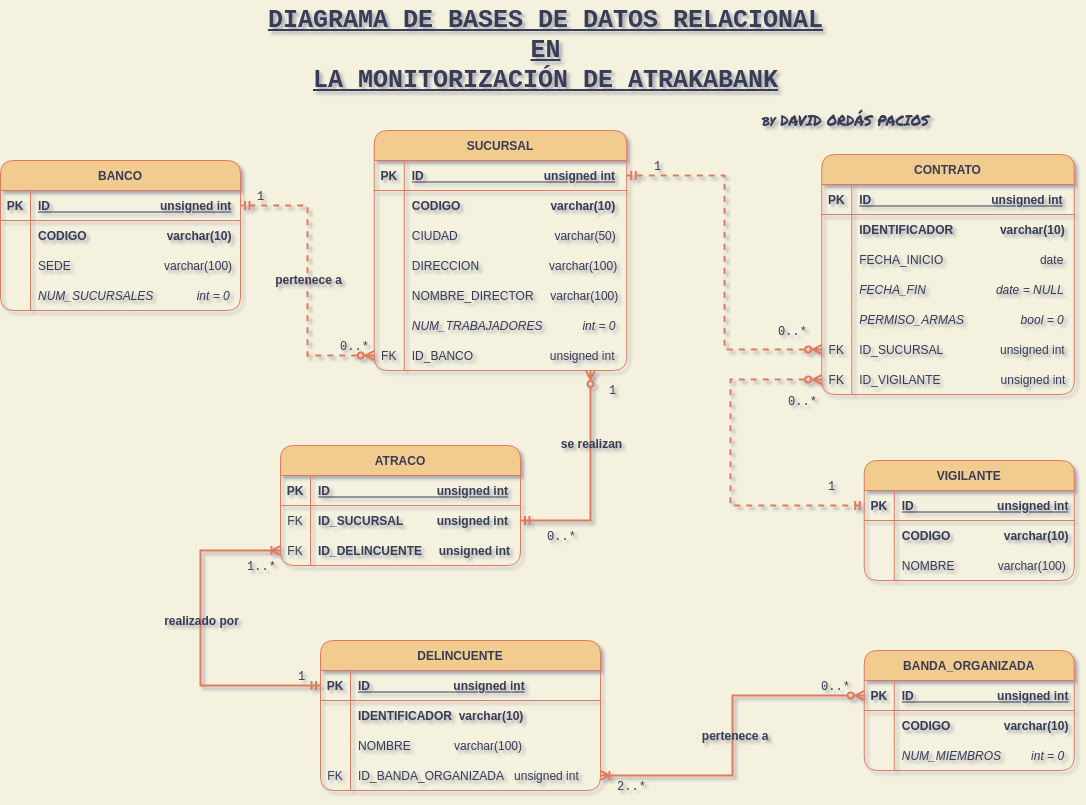
Earlier version of the draw.io export diagrams/atrakabank-Diagrama_BBDD.drawio.png (davorpa/atrakabank-jpa-hibernate-console). Source tidied: cells renumbered, new cells last; positions are measured from the earlier drawing's top-left corner, leaving out a move shared by most shapes.
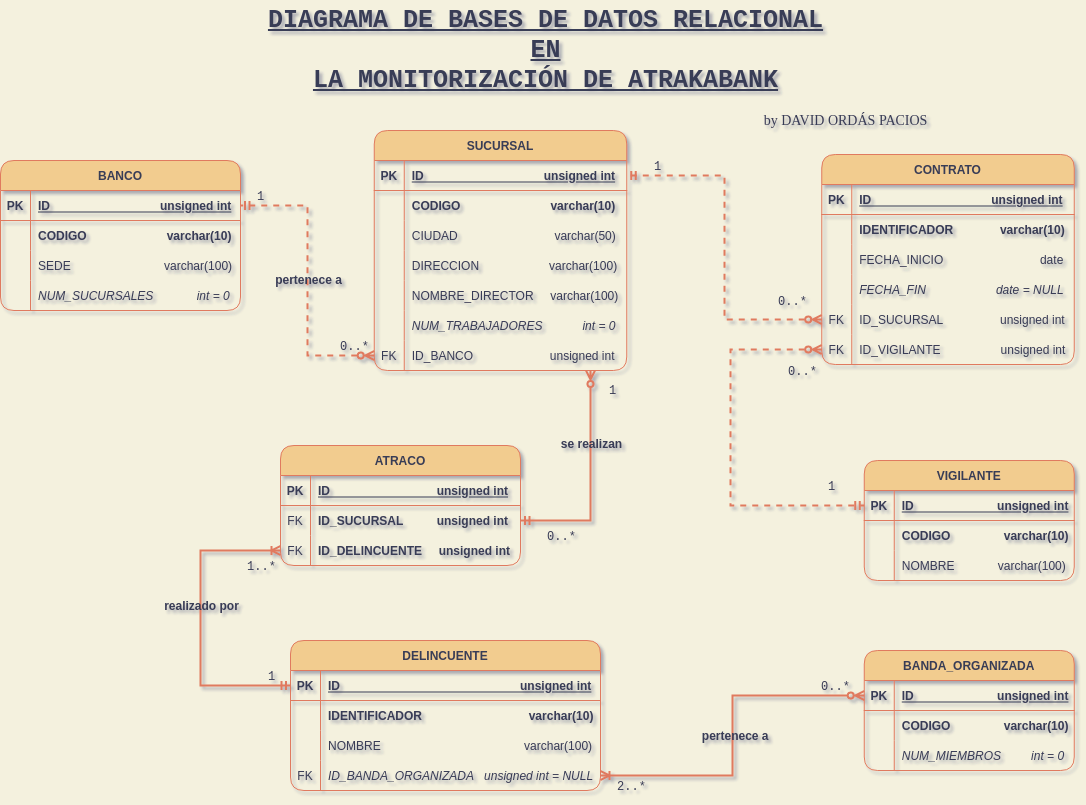
After the change.

Change to the diagram source:
```diff
@@ -181,7 +181,7 @@
       <mxGeometry x="30" width="222.5" height="30" as="geometry" />
     </mxCell>
     <mxCell id="54" value="CONTRATO" style="shape=table;startSize=30;rowLines=0;fontStyle=1;align=center;labelBackgroundColor=none;fontSize=12;fillColor=#F2CC8F;strokeColor=#E07A5F;fontColor=#393C56;rounded=1;" parent="1" vertex="1">
-      <mxGeometry x="821.2" y="154" width="252.5" height="240" as="geometry" />
+      <mxGeometry x="821.2" y="154" width="252.5" height="210" as="geometry" />
     </mxCell>
     <mxCell id="55" style="shape=tableRow;horizontal=0;startSize=0;swimlaneHead=0;swimlaneBody=0;fillColor=none;top=0;left=0;right=0;bottom=1;labelBackgroundColor=none;fontSize=12;strokeColor=#E07A5F;fontColor=#393C56;rounded=1;" parent="54" vertex="1">
       <mxGeometry y="30" width="252.5" height="30" as="geometry" />
@@ -219,17 +219,8 @@
     <mxCell id="66" value="FECHA_FIN                     date = NULL" style="shape=partialRectangle;fillColor=none;top=0;left=0;bottom=0;right=0;align=left;spacingLeft=6;overflow=hidden;labelBackgroundColor=none;fontSize=12;strokeColor=#E07A5F;fontColor=#393C56;rounded=1;fontStyle=2;" parent="64" vertex="1">
       <mxGeometry x="30" width="222.5" height="30" as="geometry" />
     </mxCell>
-    <mxCell id="67" style="shape=tableRow;horizontal=0;startSize=0;swimlaneHead=0;swimlaneBody=0;fillColor=none;top=0;left=0;right=0;bottom=0;labelBackgroundColor=none;fontSize=12;strokeColor=#E07A5F;fontColor=#393C56;rounded=1;" parent="54" vertex="1">
-      <mxGeometry y="150" width="252.5" height="30" as="geometry" />
-    </mxCell>
-    <mxCell id="68" style="shape=partialRectangle;fillColor=none;top=0;left=0;bottom=0;right=0;overflow=hidden;labelBackgroundColor=none;fontSize=12;strokeColor=#E07A5F;fontColor=#393C56;rounded=1;" parent="67" vertex="1">
-      <mxGeometry width="30" height="30" as="geometry" />
-    </mxCell>
-    <mxCell id="69" value="PERMISO_ARMAS                 bool = 0" style="shape=partialRectangle;fillColor=none;top=0;left=0;bottom=0;right=0;align=left;spacingLeft=6;overflow=hidden;labelBackgroundColor=none;fontSize=12;strokeColor=#E07A5F;fontColor=#393C56;rounded=1;fontStyle=2;" parent="67" vertex="1">
-      <mxGeometry x="30" width="222.5" height="30" as="geometry" />
-    </mxCell>
     <mxCell id="70" style="shape=tableRow;horizontal=0;startSize=0;swimlaneHead=0;swimlaneBody=0;fillColor=none;points=[[0,0.5],[1,0.5]];portConstraint=eastwest;top=0;left=0;right=0;bottom=0;rounded=0;sketch=0;fontColor=#393C56;strokeColor=#E07A5F;" parent="54" vertex="1">
-      <mxGeometry y="180" width="252.5" height="30" as="geometry" />
+      <mxGeometry y="150" width="252.5" height="30" as="geometry" />
     </mxCell>
     <mxCell id="71" value="FK" style="shape=partialRectangle;fillColor=none;top=0;left=0;bottom=0;right=0;fontStyle=0;overflow=hidden;rounded=0;sketch=0;fontColor=#393C56;strokeColor=#E07A5F;" parent="70" vertex="1">
       <mxGeometry width="30" height="30" as="geometry" />
@@ -238,7 +229,7 @@
       <mxGeometry x="30" width="222.5" height="30" as="geometry" />
     </mxCell>
     <mxCell id="73" style="shape=tableRow;horizontal=0;startSize=0;swimlaneHead=0;swimlaneBody=0;fillColor=none;points=[[0,0.5],[1,0.5]];portConstraint=eastwest;top=0;left=0;right=0;bottom=0;rounded=0;sketch=0;fontColor=#393C56;strokeColor=#E07A5F;" parent="54" vertex="1">
-      <mxGeometry y="210" width="252.5" height="30" as="geometry" />
+      <mxGeometry y="180" width="252.5" height="30" as="geometry" />
     </mxCell>
     <mxCell id="74" value="FK" style="shape=partialRectangle;fillColor=none;top=0;left=0;bottom=0;right=0;fontStyle=0;overflow=hidden;rounded=0;sketch=0;fontColor=#393C56;strokeColor=#E07A5F;" parent="73" vertex="1">
       <mxGeometry width="30" height="30" as="geometry" />
@@ -294,43 +285,43 @@
       </mxGeometry>
     </mxCell>
     <mxCell id="89" value="DELINCUENTE" style="shape=table;startSize=30;rowLines=0;fontStyle=1;align=center;labelBackgroundColor=none;fontSize=12;fillColor=#F2CC8F;strokeColor=#E07A5F;fontColor=#393C56;rounded=1;" parent="1" vertex="1">
-      <mxGeometry x="320" y="640" width="280" height="150" as="geometry" />
+      <mxGeometry x="290" y="640" width="310" height="150" as="geometry" />
     </mxCell>
     <mxCell id="90" style="shape=tableRow;horizontal=0;startSize=0;swimlaneHead=0;swimlaneBody=0;fillColor=none;points=[[0,0.5],[1,0.5]];portConstraint=eastwest;top=0;left=0;right=0;bottom=1;labelBackgroundColor=none;fontSize=12;strokeColor=#E07A5F;fontColor=#393C56;rounded=1;" parent="89" vertex="1">
-      <mxGeometry y="30" width="280" height="30" as="geometry" />
+      <mxGeometry y="30" width="310" height="30" as="geometry" />
     </mxCell>
     <mxCell id="91" value="PK" style="shape=partialRectangle;fillColor=none;top=0;left=0;bottom=0;right=0;fontStyle=1;overflow=hidden;labelBackgroundColor=none;fontSize=12;strokeColor=#E07A5F;fontColor=#393C56;rounded=1;" parent="90" vertex="1">
       <mxGeometry width="30" height="30" as="geometry" />
     </mxCell>
-    <mxCell id="92" value="ID                         unsigned int" style="shape=partialRectangle;fillColor=none;top=0;left=0;bottom=0;right=0;align=left;spacingLeft=6;fontStyle=5;overflow=hidden;labelBackgroundColor=none;fontSize=12;strokeColor=#E07A5F;fontColor=#393C56;rounded=1;" parent="90" vertex="1">
-      <mxGeometry x="30" width="250" height="30" as="geometry" />
+    <mxCell id="92" value="ID                                                      unsigned int" style="shape=partialRectangle;fillColor=none;top=0;left=0;bottom=0;right=0;align=left;spacingLeft=6;fontStyle=5;overflow=hidden;labelBackgroundColor=none;fontSize=12;strokeColor=#E07A5F;fontColor=#393C56;rounded=1;" parent="90" vertex="1">
+      <mxGeometry x="30" width="280" height="30" as="geometry" />
     </mxCell>
     <mxCell id="93" style="shape=tableRow;horizontal=0;startSize=0;swimlaneHead=0;swimlaneBody=0;fillColor=none;top=0;left=0;right=0;bottom=0;labelBackgroundColor=none;fontSize=12;strokeColor=#E07A5F;fontColor=#393C56;fontStyle=1;rounded=1;" parent="89" vertex="1">
-      <mxGeometry y="60" width="280" height="30" as="geometry" />
+      <mxGeometry y="60" width="310" height="30" as="geometry" />
     </mxCell>
     <mxCell id="94" style="shape=partialRectangle;fillColor=none;top=0;left=0;bottom=0;right=0;overflow=hidden;labelBackgroundColor=none;fontSize=12;strokeColor=#E07A5F;fontColor=#393C56;rounded=1;" parent="93" vertex="1">
       <mxGeometry width="30" height="30" as="geometry" />
     </mxCell>
-    <mxCell id="95" value="IDENTIFICADOR  varchar(10)" style="shape=partialRectangle;fillColor=none;top=0;left=0;bottom=0;right=0;align=left;spacingLeft=6;overflow=hidden;labelBackgroundColor=none;fontSize=12;strokeColor=#E07A5F;fontColor=#393C56;fontStyle=1;rounded=1;" parent="93" vertex="1">
-      <mxGeometry x="30" width="250" height="30" as="geometry" />
+    <mxCell id="95" value="IDENTIFICADOR                                varchar(10)" style="shape=partialRectangle;fillColor=none;top=0;left=0;bottom=0;right=0;align=left;spacingLeft=6;overflow=hidden;labelBackgroundColor=none;fontSize=12;strokeColor=#E07A5F;fontColor=#393C56;fontStyle=1;rounded=1;" parent="93" vertex="1">
+      <mxGeometry x="30" width="280" height="30" as="geometry" />
     </mxCell>
     <mxCell id="96" style="shape=tableRow;horizontal=0;startSize=0;swimlaneHead=0;swimlaneBody=0;fillColor=none;top=0;left=0;right=0;bottom=0;labelBackgroundColor=none;fontSize=12;strokeColor=#E07A5F;fontColor=#393C56;rounded=1;" parent="89" vertex="1">
-      <mxGeometry y="90" width="280" height="30" as="geometry" />
+      <mxGeometry y="90" width="310" height="30" as="geometry" />
     </mxCell>
     <mxCell id="97" style="shape=partialRectangle;fillColor=none;top=0;left=0;bottom=0;right=0;overflow=hidden;labelBackgroundColor=none;fontSize=12;strokeColor=#E07A5F;fontColor=#393C56;rounded=1;" parent="96" vertex="1">
       <mxGeometry width="30" height="30" as="geometry" />
     </mxCell>
-    <mxCell id="98" value="NOMBRE             varchar(100)" style="shape=partialRectangle;fillColor=none;top=0;left=0;bottom=0;right=0;align=left;spacingLeft=6;overflow=hidden;labelBackgroundColor=none;fontSize=12;strokeColor=#E07A5F;fontColor=#393C56;rounded=1;" parent="96" vertex="1">
-      <mxGeometry x="30" width="250" height="30" as="geometry" />
+    <mxCell id="98" value="NOMBRE                                           varchar(100)" style="shape=partialRectangle;fillColor=none;top=0;left=0;bottom=0;right=0;align=left;spacingLeft=6;overflow=hidden;labelBackgroundColor=none;fontSize=12;strokeColor=#E07A5F;fontColor=#393C56;rounded=1;" parent="96" vertex="1">
+      <mxGeometry x="30" width="280" height="30" as="geometry" />
     </mxCell>
     <mxCell id="99" style="shape=tableRow;horizontal=0;startSize=0;swimlaneHead=0;swimlaneBody=0;fillColor=none;points=[[0,0.5],[1,0.5]];portConstraint=eastwest;top=0;left=0;right=0;bottom=0;rounded=0;sketch=0;fontColor=#393C56;strokeColor=#E07A5F;" parent="89" vertex="1">
-      <mxGeometry y="120" width="280" height="30" as="geometry" />
+      <mxGeometry y="120" width="310" height="30" as="geometry" />
     </mxCell>
     <mxCell id="100" value="FK" style="shape=partialRectangle;fillColor=none;top=0;left=0;bottom=0;right=0;fontStyle=0;overflow=hidden;rounded=0;sketch=0;fontColor=#393C56;strokeColor=#E07A5F;" parent="99" vertex="1">
       <mxGeometry width="30" height="30" as="geometry" />
     </mxCell>
-    <mxCell id="101" value="ID_BANDA_ORGANIZADA   unsigned int" style="shape=partialRectangle;fillColor=none;top=0;left=0;bottom=0;right=0;align=left;spacingLeft=6;fontStyle=0;overflow=hidden;rounded=0;sketch=0;fontColor=#393C56;strokeColor=#E07A5F;" parent="99" vertex="1">
-      <mxGeometry x="30" width="250" height="30" as="geometry" />
+    <mxCell id="101" value="ID_BANDA_ORGANIZADA   unsigned int = NULL" style="shape=partialRectangle;fillColor=none;top=0;left=0;bottom=0;right=0;align=left;spacingLeft=6;fontStyle=2;overflow=hidden;rounded=0;sketch=0;fontColor=#393C56;strokeColor=#E07A5F;" parent="99" vertex="1">
+      <mxGeometry x="30" width="280" height="30" as="geometry" />
     </mxCell>
     <mxCell id="102" value="BANDA_ORGANIZADA" style="shape=table;startSize=30;rowLines=0;fontStyle=1;align=center;labelBackgroundColor=none;fontSize=12;fillColor=#F2CC8F;strokeColor=#E07A5F;fontColor=#393C56;rounded=1;" parent="1" vertex="1">
       <mxGeometry x="863.8" y="650" width="210" height="120" as="geometry" />
```
